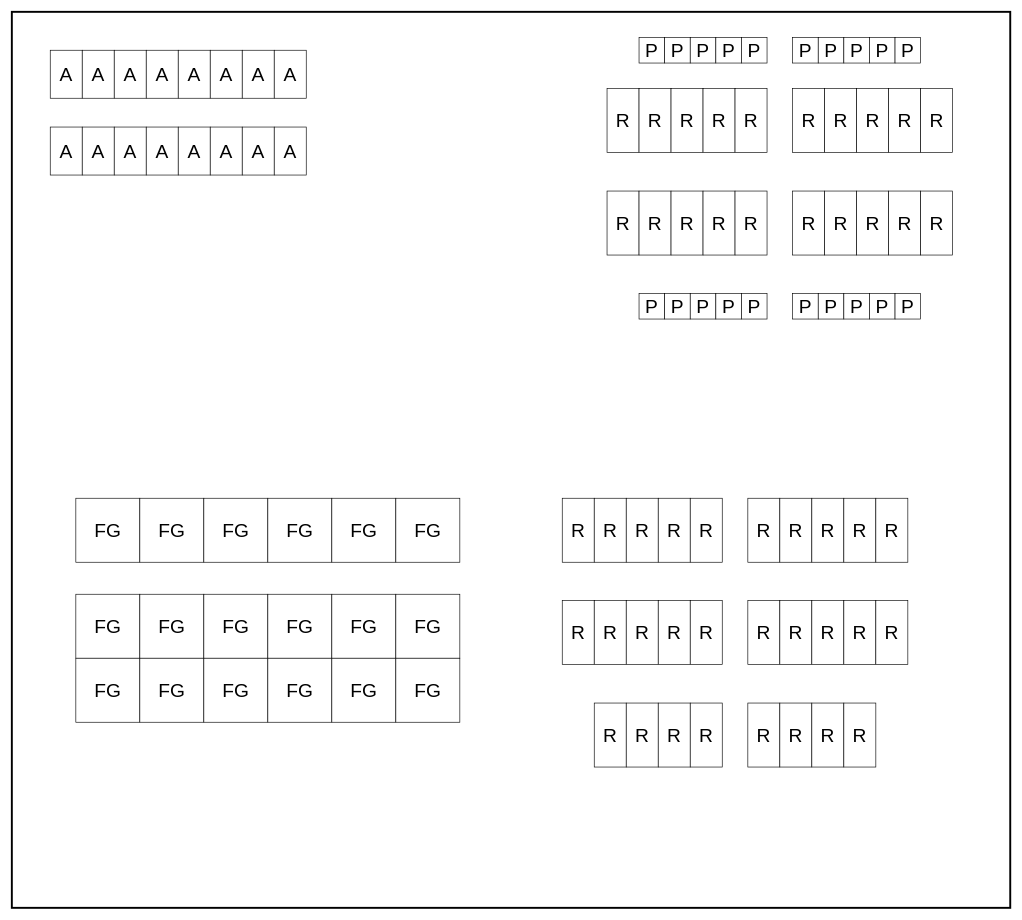
This is page "Power Plant" (2 of 2) of Diagrams/FuelGenSetup.drawio from Clutch152/Satisfactory-Stuff, a draw.io file, before an edit. Source tidied: cells renumbered, new cells numbered last; positions are measured from the earlier drawing's top-left corner, leaving out a move shared by most shapes. Both pictures are drawn from the tidied source at 64%, with x=0, y=0 at pixel (12, 12).
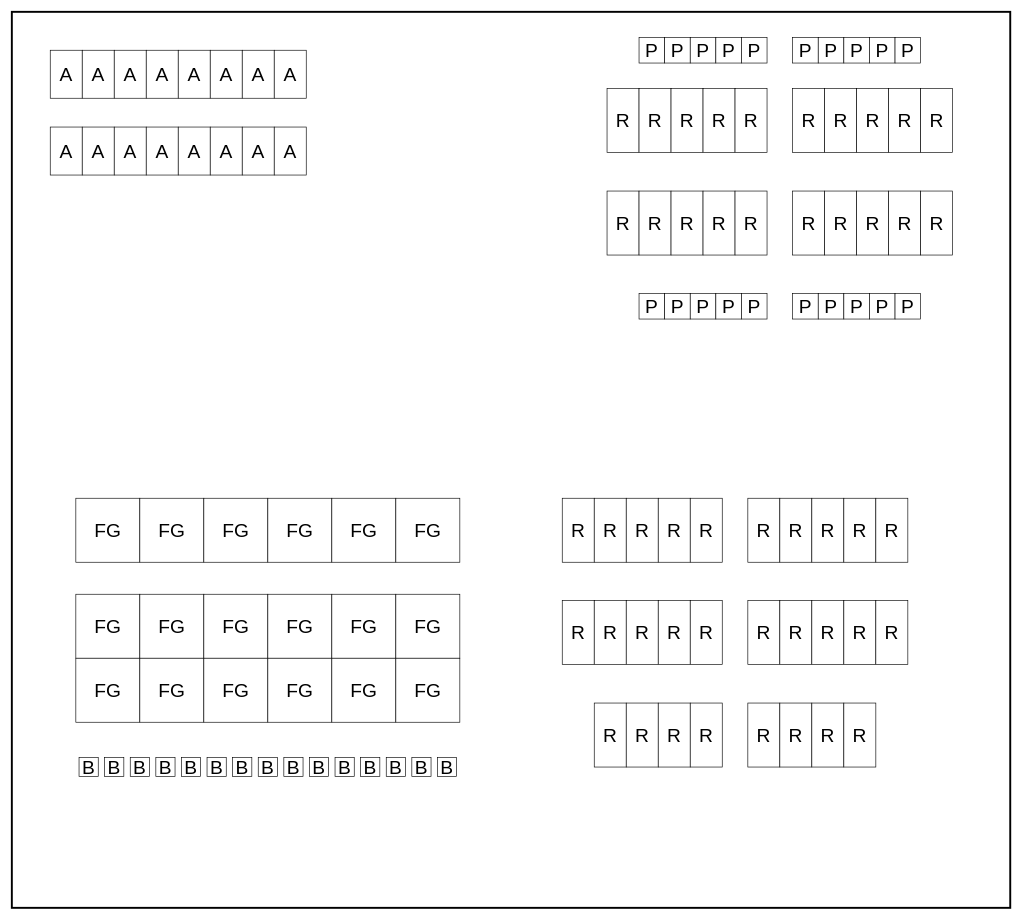
Above is the later version.

What changed in the source:
```diff
@@
+    <mxCell id="126" value="&lt;font style=&quot;font-size: 30px&quot;&gt;B&lt;/font&gt;" style="rounded=0;whiteSpace=wrap;html=1;" parent="89" vertex="1">
+      <mxGeometry x="105" y="1165" width="30" height="30" as="geometry" />
+    </mxCell>
+    <mxCell id="127" value="&lt;font style=&quot;font-size: 30px&quot;&gt;B&lt;/font&gt;" style="rounded=0;whiteSpace=wrap;html=1;" parent="89" vertex="1">
+      <mxGeometry x="145" y="1165" width="30" height="30" as="geometry" />
+    </mxCell>
+    <mxCell id="128" value="&lt;font style=&quot;font-size: 30px&quot;&gt;B&lt;/font&gt;" style="rounded=0;whiteSpace=wrap;html=1;" parent="89" vertex="1">
+      <mxGeometry x="185" y="1165" width="30" height="30" as="geometry" />
+    </mxCell>
+    <mxCell id="129" value="&lt;font style=&quot;font-size: 30px&quot;&gt;B&lt;/font&gt;" style="rounded=0;whiteSpace=wrap;html=1;" parent="89" vertex="1">
+      <mxGeometry x="225" y="1165" width="30" height="30" as="geometry" />
+    </mxCell>
+    <mxCell id="130" value="&lt;font style=&quot;font-size: 30px&quot;&gt;B&lt;/font&gt;" style="rounded=0;whiteSpace=wrap;html=1;" parent="89" vertex="1">
+      <mxGeometry x="265" y="1165" width="30" height="30" as="geometry" />
+    </mxCell>
+    <mxCell id="131" value="&lt;font style=&quot;font-size: 30px&quot;&gt;B&lt;/font&gt;" style="rounded=0;whiteSpace=wrap;html=1;" parent="89" vertex="1">
+      <mxGeometry x="305" y="1165" width="30" height="30" as="geometry" />
+    </mxCell>
+    <mxCell id="132" value="&lt;font style=&quot;font-size: 30px&quot;&gt;B&lt;/font&gt;" style="rounded=0;whiteSpace=wrap;html=1;" parent="89" vertex="1">
+      <mxGeometry x="345" y="1165" width="30" height="30" as="geometry" />
+    </mxCell>
+    <mxCell id="133" value="&lt;font style=&quot;font-size: 30px&quot;&gt;B&lt;/font&gt;" style="rounded=0;whiteSpace=wrap;html=1;" parent="89" vertex="1">
+      <mxGeometry x="385" y="1165" width="30" height="30" as="geometry" />
+    </mxCell>
+    <mxCell id="134" value="&lt;font style=&quot;font-size: 30px&quot;&gt;B&lt;/font&gt;" style="rounded=0;whiteSpace=wrap;html=1;" parent="89" vertex="1">
+      <mxGeometry x="425" y="1165" width="30" height="30" as="geometry" />
+    </mxCell>
+    <mxCell id="135" value="&lt;font style=&quot;font-size: 30px&quot;&gt;B&lt;/font&gt;" style="rounded=0;whiteSpace=wrap;html=1;" parent="89" vertex="1">
+      <mxGeometry x="465" y="1165" width="30" height="30" as="geometry" />
+    </mxCell>
+    <mxCell id="136" value="&lt;font style=&quot;font-size: 30px&quot;&gt;B&lt;/font&gt;" style="rounded=0;whiteSpace=wrap;html=1;" parent="89" vertex="1">
+      <mxGeometry x="505" y="1165" width="30" height="30" as="geometry" />
+    </mxCell>
+    <mxCell id="137" value="&lt;font style=&quot;font-size: 30px&quot;&gt;B&lt;/font&gt;" style="rounded=0;whiteSpace=wrap;html=1;" parent="89" vertex="1">
+      <mxGeometry x="545" y="1165" width="30" height="30" as="geometry" />
+    </mxCell>
+    <mxCell id="138" value="&lt;font style=&quot;font-size: 30px&quot;&gt;B&lt;/font&gt;" style="rounded=0;whiteSpace=wrap;html=1;" parent="89" vertex="1">
+      <mxGeometry x="585" y="1165" width="30" height="30" as="geometry" />
+    </mxCell>
+    <mxCell id="139" value="&lt;font style=&quot;font-size: 30px&quot;&gt;B&lt;/font&gt;" style="rounded=0;whiteSpace=wrap;html=1;" parent="89" vertex="1">
+      <mxGeometry x="625" y="1165" width="30" height="30" as="geometry" />
+    </mxCell>
+    <mxCell id="140" value="&lt;font style=&quot;font-size: 30px&quot;&gt;B&lt;/font&gt;" style="rounded=0;whiteSpace=wrap;html=1;" parent="89" vertex="1">
+      <mxGeometry x="665" y="1165" width="30" height="30" as="geometry" />
+    </mxCell>
```
